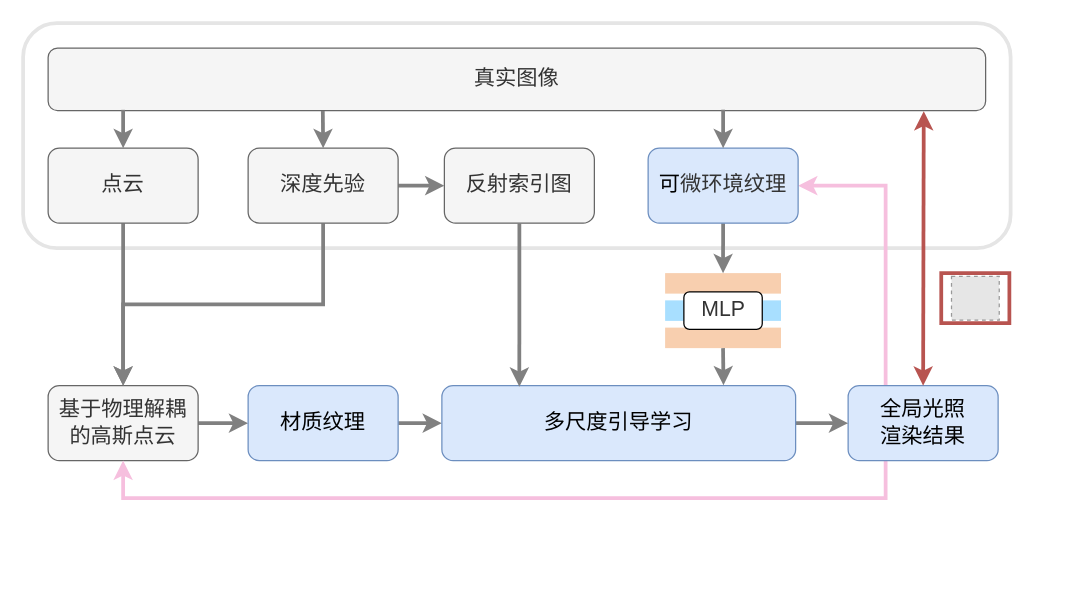
thEu-suisei/draw_io keeps this draw.io diagram as mid-term/总体框架（新）.drawio. Above is the earlier version. Source tidied: cells renumbered, new cells numbered last; positions are measured from the earlier drawing's top-left corner, leaving out a move shared by most shapes. Both pictures are drawn from the tidied source at 125%, with x=0, y=0 at pixel (22, 22). Pictures stored in the file or linked from it are replaced by grey dashed boxes.
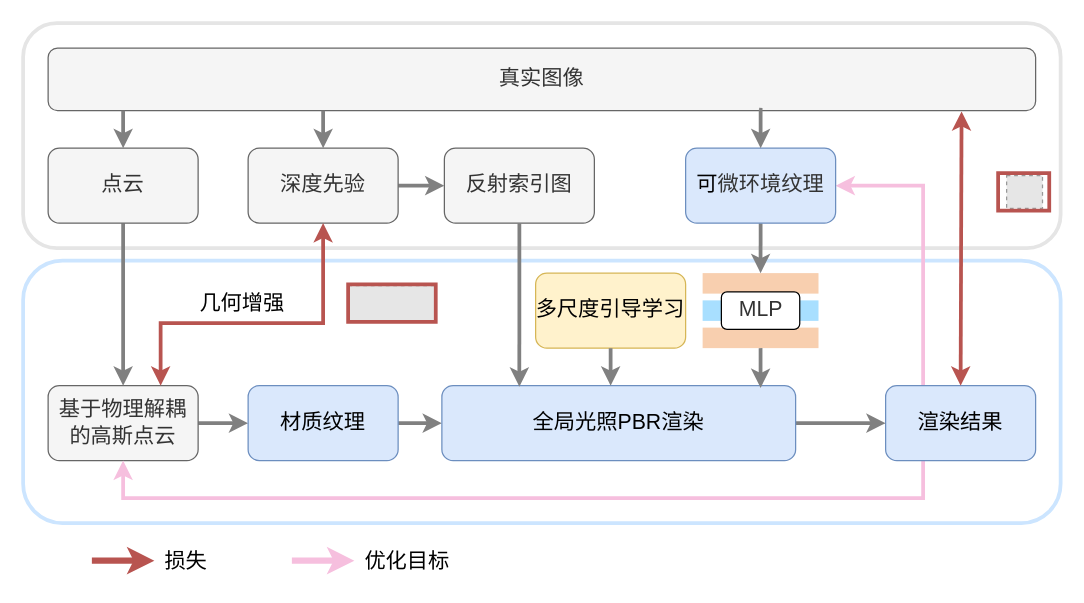
The same diagram, later.

Commit message:
更新总体框架（新）.drawio

The change refers to these unchanged cells:
```xml
<mxCell id="5" value="&lt;span style=&quot;font-size: 17px; font-weight: 400;&quot;&gt;基于物理解耦的高斯点云&lt;/span&gt;" style="rounded=1;whiteSpace=wrap;html=1;fillColor=#f5f5f5;fontColor=#333333;strokeColor=#666666;fontStyle=1;" parent="1" vertex="1">
  <mxGeometry x="20" y="290" width="120" height="60" as="geometry" />
</mxCell>
<mxCell id="15" style="rounded=0;whiteSpace=wrap;html=1;fillColor=light-dark(#f8cfaf, #ededed);strokeColor=none;gradientColor=none;" parent="13" vertex="1">
  <mxGeometry y="43.6" width="92.7" height="16.4" as="geometry" />
</mxCell>
<mxCell id="23" value="&lt;span style=&quot;color: rgb(51, 51, 51); font-size: 17px; font-weight: 400;&quot;&gt;深度先验&lt;/span&gt;" style="rounded=1;whiteSpace=wrap;html=1;fillColor=#f5f5f5;fontColor=#333333;strokeColor=#666666;fontStyle=1;align=center;verticalAlign=middle;fontFamily=Helvetica;fontSize=12;" parent="1" vertex="1">
  <mxGeometry x="180" y="100" width="120" height="60" as="geometry" />
</mxCell>
<mxCell id="25" value="&lt;span style=&quot;color: rgb(51, 51, 51); font-size: 17px; font-weight: 400;&quot;&gt;点云&lt;/span&gt;" style="rounded=1;whiteSpace=wrap;html=1;fillColor=#f5f5f5;fontColor=#333333;strokeColor=#666666;fontStyle=1;align=center;verticalAlign=middle;fontFamily=Helvetica;fontSize=12;" parent="1" vertex="1">
  <mxGeometry x="20" y="100" width="120" height="60" as="geometry" />
</mxCell>
```

The edit, as a diff of the source:
```diff
@@
+    <mxCell id="35" style="rounded=1;whiteSpace=wrap;html=1;fillColor=none;fontColor=#333333;strokeColor=#CCE5FF;strokeWidth=3;" parent="1" vertex="1">
+      <mxGeometry y="190" width="830" height="210" as="geometry" />
+    </mxCell>
     <mxCell id="2" style="rounded=1;whiteSpace=wrap;html=1;fillColor=none;fontColor=#333333;strokeColor=#E5E5E5;strokeWidth=3;" parent="1" vertex="1">
-      <mxGeometry width="790" height="180" as="geometry" />
+      <mxGeometry width="830" height="180" as="geometry" />
     </mxCell>
     <mxCell id="3" value="&lt;span style=&quot;font-size: 17px; font-weight: 400;&quot;&gt;真实图像&lt;/span&gt;" style="rounded=1;whiteSpace=wrap;html=1;fillColor=#f5f5f5;fontColor=#333333;strokeColor=#666666;fontStyle=1;" parent="1" vertex="1">
-      <mxGeometry x="20" y="20" width="750" height="50" as="geometry" />
+      <mxGeometry x="20" y="20" width="790" height="50" as="geometry" />
     </mxCell>
@@
     <mxCell id="9" style="edgeStyle=orthogonalEdgeStyle;rounded=0;jettySize=auto;html=1;exitX=0.25;exitY=1;exitDx=0;exitDy=0;entryX=0.5;entryY=1;entryDx=0;entryDy=0;strokeColor=light-dark(#f6bfde, #7f7f7f);strokeWidth=3;align=center;verticalAlign=middle;fontFamily=Helvetica;fontSize=11;fontColor=default;labelBackgroundColor=default;endArrow=classic;" parent="1" edge="1" source="10" target="5">
       <mxGeometry relative="1" as="geometry">
         <Array as="points">
-          <mxPoint x="690" y="380" />
+          <mxPoint x="720" y="380" />
           <mxPoint x="80" y="380" />
         </Array>
       </mxGeometry>
     </mxCell>
-    <mxCell id="10" value="&lt;span style=&quot;font-size: 17px; font-weight: 400;&quot;&gt;全局光照&lt;br&gt;渲染结果&lt;/span&gt;" style="rounded=1;whiteSpace=wrap;html=1;fillColor=#dae8fc;fontColor=default;strokeColor=#6c8ebf;fontStyle=1;align=center;verticalAlign=middle;fontFamily=Helvetica;fontSize=12;" parent="1" vertex="1">
-      <mxGeometry x="660" y="290" width="120" height="60" as="geometry" />
+    <mxCell id="10" value="&lt;span style=&quot;font-size: 17px; font-weight: 400;&quot;&gt;渲染结果&lt;/span&gt;" style="rounded=1;whiteSpace=wrap;html=1;fillColor=#dae8fc;fontColor=default;strokeColor=#6c8ebf;fontStyle=1;align=center;verticalAlign=middle;fontFamily=Helvetica;fontSize=12;" parent="1" vertex="1">
+      <mxGeometry x="690" y="290" width="120" height="60" as="geometry" />
     </mxCell>
@@
-    <mxCell id="12" value="&lt;font style=&quot;font-size: 17px;&quot;&gt;多尺度引导学习&lt;/font&gt;" style="rounded=1;whiteSpace=wrap;html=1;fillColor=#dae8fc;strokeColor=#6c8ebf;" parent="1" vertex="1">
+    <mxCell id="12" value="&lt;font style=&quot;font-size: 17px;&quot;&gt;全局光照PBR渲染&lt;/font&gt;" style="rounded=1;whiteSpace=wrap;html=1;fillColor=#dae8fc;strokeColor=#6c8ebf;" parent="1" vertex="1">
       <mxGeometry x="335" y="290" width="283" height="60" as="geometry" />
     </mxCell>
     <mxCell id="13" style="group;" parent="1" vertex="1">
-      <mxGeometry x="513.6" y="200" width="92.7" height="60" as="geometry" />
+      <mxGeometry x="543.6" y="200" width="92.7" height="60" as="geometry" />
     </mxCell>
@@
     <mxCell id="19" value="&lt;span style=&quot;color: rgb(0, 0, 0); font-size: 17px; font-weight: 400;&quot;&gt;可&lt;/span&gt;&lt;span style=&quot;background-color: transparent; font-size: 17px; font-weight: 400; color: light-dark(rgb(51, 51, 51), rgb(193, 193, 193));&quot;&gt;微&lt;/span&gt;&lt;span style=&quot;background-color: transparent; font-size: 17px; font-weight: 400; color: light-dark(rgb(51, 51, 51), rgb(193, 193, 193));&quot;&gt;环&lt;/span&gt;&lt;span style=&quot;background-color: transparent; font-size: 17px; font-weight: 400; color: light-dark(rgb(51, 51, 51), rgb(193, 193, 193));&quot;&gt;境&lt;/span&gt;&lt;span style=&quot;background-color: transparent; font-size: 17px; font-weight: 400; color: light-dark(rgb(51, 51, 51), rgb(193, 193, 193));&quot;&gt;纹&lt;/span&gt;&lt;span style=&quot;background-color: transparent; font-size: 17px; font-weight: 400; color: light-dark(rgb(51, 51, 51), rgb(193, 193, 193));&quot;&gt;理&lt;/span&gt;" style="rounded=1;whiteSpace=wrap;html=1;fillColor=#dae8fc;fontColor=default;strokeColor=#6c8ebf;fontStyle=1;align=center;verticalAlign=middle;fontFamily=Helvetica;fontSize=12;" parent="1" vertex="1">
-      <mxGeometry x="500" y="100" width="120" height="60" as="geometry" />
+      <mxGeometry x="530" y="100" width="120" height="60" as="geometry" />
     </mxCell>
@@
-    <mxCell id="22" style="edgeStyle=orthogonalEdgeStyle;rounded=0;jettySize=auto;html=1;exitX=0.5;exitY=1;exitDx=0;exitDy=0;entryX=0.5;entryY=0;entryDx=0;entryDy=0;strokeColor=#808080;strokeWidth=3;align=center;verticalAlign=middle;fontFamily=Helvetica;fontSize=11;fontColor=default;labelBackgroundColor=default;endArrow=classic;" parent="1" edge="1" source="23" target="5">
-      <mxGeometry relative="1" as="geometry" />
-    </mxCell>
@@
-    <mxCell id="26" style="edgeStyle=orthogonalEdgeStyle;rounded=0;jettySize=auto;html=1;exitX=0.08;exitY=0.987;exitDx=0;exitDy=0;entryX=0.5;entryY=0;entryDx=0;entryDy=0;exitPerimeter=0;strokeColor=#808080;strokeWidth=3;align=center;verticalAlign=middle;fontFamily=Helvetica;fontSize=11;fontColor=default;labelBackgroundColor=default;endArrow=classic;" parent="1" edge="1" source="3" target="25">
-      <mxGeometry relative="1" as="geometry" />
+    <mxCell id="26" style="edgeStyle=orthogonalEdgeStyle;rounded=0;jettySize=auto;html=1;entryX=0.5;entryY=0;entryDx=0;entryDy=0;strokeColor=#808080;strokeWidth=3;align=center;verticalAlign=middle;fontFamily=Helvetica;fontSize=11;fontColor=default;labelBackgroundColor=default;endArrow=classic;" parent="1" edge="1" target="25">
+      <mxGeometry relative="1" as="geometry">
+        <mxPoint x="80" y="70" as="sourcePoint" />
+      </mxGeometry>
     </mxCell>
-    <mxCell id="27" style="edgeStyle=orthogonalEdgeStyle;rounded=0;jettySize=auto;html=1;exitX=0.293;exitY=1.005;exitDx=0;exitDy=0;entryX=0.5;entryY=0;entryDx=0;entryDy=0;exitPerimeter=0;strokeColor=#808080;strokeWidth=3;align=center;verticalAlign=middle;fontFamily=Helvetica;fontSize=11;fontColor=default;labelBackgroundColor=default;endArrow=classic;" parent="1" edge="1" source="3" target="23">
-      <mxGeometry relative="1" as="geometry" />
+    <mxCell id="27" style="edgeStyle=orthogonalEdgeStyle;rounded=0;jettySize=auto;html=1;entryX=0.5;entryY=0;entryDx=0;entryDy=0;strokeColor=#808080;strokeWidth=3;align=center;verticalAlign=middle;fontFamily=Helvetica;fontSize=11;fontColor=default;labelBackgroundColor=default;endArrow=classic;" parent="1" edge="1" target="23">
+      <mxGeometry relative="1" as="geometry">
+        <mxPoint x="240" y="70" as="sourcePoint" />
+      </mxGeometry>
     </mxCell>
@@
-    <mxCell id="29" style="edgeStyle=orthogonalEdgeStyle;rounded=0;jettySize=auto;html=1;exitX=0.5;exitY=1;exitDx=0;exitDy=0;entryX=0.796;entryY=-0.006;entryDx=0;entryDy=0;entryPerimeter=0;strokeColor=#808080;strokeWidth=3;align=center;verticalAlign=middle;fontFamily=Helvetica;fontSize=11;fontColor=default;labelBackgroundColor=default;endArrow=classic;" parent="1" edge="1" source="15" target="12">
+    <mxCell id="29" style="edgeStyle=orthogonalEdgeStyle;rounded=0;jettySize=auto;html=1;exitX=0.5;exitY=1;exitDx=0;exitDy=0;entryX=0.901;entryY=0.03;entryDx=0;entryDy=0;entryPerimeter=0;strokeColor=#808080;strokeWidth=3;align=center;verticalAlign=middle;fontFamily=Helvetica;fontSize=11;fontColor=default;labelBackgroundColor=default;endArrow=classic;" parent="1" edge="1" source="15" target="12">
       <mxGeometry relative="1" as="geometry" />
     </mxCell>
-    <mxCell id="30" style="endArrow=classic;startArrow=classic;html=1;rounded=0;entryX=0.934;entryY=1.009;entryDx=0;entryDy=0;entryPerimeter=0;exitX=0.5;exitY=0;exitDx=0;exitDy=0;strokeColor=light-dark(#B85450,#7F7F7F);strokeWidth=3;align=center;verticalAlign=middle;fontFamily=Helvetica;fontSize=11;fontColor=default;labelBackgroundColor=default;" parent="1" edge="1" source="10" target="3">
+    <mxCell id="30" style="endArrow=classic;startArrow=classic;html=1;rounded=0;entryX=0.925;entryY=1.013;entryDx=0;entryDy=0;entryPerimeter=0;exitX=0.5;exitY=0;exitDx=0;exitDy=0;strokeColor=light-dark(#B85450,#7F7F7F);strokeWidth=3;align=center;verticalAlign=middle;fontFamily=Helvetica;fontSize=11;fontColor=default;labelBackgroundColor=default;" parent="1" edge="1" source="10" target="3">
       <mxGeometry relative="1" as="geometry" />
     </mxCell>
@@
     <mxCell id="32" style="group;" parent="1" vertex="1">
-      <mxGeometry x="734.5" y="200" width="54.5" height="40" as="geometry" />
+      <mxGeometry x="780" y="120" width="45.5" height="30" as="geometry" />
     </mxCell>
     <mxCell id="33" style="fillColor=#E6E6E6;strokeColor=#999999;dashed=1;verticalLabelPosition=bottom;labelBackgroundColor=default;verticalAlign=top;" parent="32" vertex="1">
-      <mxGeometry x="8.2" y="2.5" width="38.2" height="35" as="geometry" />
+      <mxGeometry x="6.8" y="1.9" width="28.7" height="26.2" as="geometry" />
     </mxCell>
     <mxCell id="34" style="rounded=0;whiteSpace=wrap;html=1;fillColor=none;strokeColor=#B85450;strokeWidth=3;" parent="32" vertex="1">
-      <mxGeometry width="54.5" height="40" as="geometry" />
+      <mxGeometry width="40.9" height="30" as="geometry" />
     </mxCell>
+    <mxCell id="36" value="&lt;font style=&quot;font-size: 17px;&quot;&gt;几何增强&lt;/font&gt;" style="text;html=1;align=center;verticalAlign=middle;strokeColor=none;fillColor=none;" parent="1" vertex="1">
+      <mxGeometry x="130" y="210" width="90" height="30" as="geometry" />
+    </mxCell>
+    <mxCell id="37" style="endArrow=classic;startArrow=classic;html=1;rounded=0;entryX=0.5;entryY=1;entryDx=0;entryDy=0;exitX=0.75;exitY=0;exitDx=0;exitDy=0;strokeColor=light-dark(#B85450,#7F7F7F);strokeWidth=3;align=center;verticalAlign=middle;fontFamily=Helvetica;fontSize=11;fontColor=default;labelBackgroundColor=default;edgeStyle=orthogonalEdgeStyle;" parent="1" edge="1" source="5" target="23">
+      <mxGeometry relative="1" as="geometry">
+        <Array as="points">
+          <mxPoint x="110" y="240" />
+          <mxPoint x="240" y="240" />
+        </Array>
+      </mxGeometry>
+    </mxCell>
+    <mxCell id="38" value="&lt;span style=&quot;font-weight: 400; text-wrap-mode: nowrap;&quot;&gt;多尺度引导学习&lt;/span&gt;" style="rounded=1;whiteSpace=wrap;html=1;fillColor=#fff2cc;strokeColor=#d6b656;fontStyle=1;align=center;verticalAlign=middle;fontFamily=Helvetica;fontSize=17;" parent="1" vertex="1">
+      <mxGeometry x="410" y="200" width="120" height="60" as="geometry" />
+    </mxCell>
+    <mxCell id="39" style="edgeStyle=orthogonalEdgeStyle;rounded=0;jettySize=auto;html=1;strokeColor=#808080;strokeWidth=3;" parent="1" edge="1" source="38">
+      <mxGeometry relative="1" as="geometry">
+        <mxPoint x="470" y="290" as="targetPoint" />
+      </mxGeometry>
+    </mxCell>
+    <mxCell id="40" style="endArrow=classic;html=1;rounded=0;strokeColor=light-dark(#B85450,#FF7777);strokeWidth=5;" parent="1" edge="1">
+      <mxGeometry relative="1" as="geometry">
+        <mxPoint x="55" y="430" as="sourcePoint" />
+        <mxPoint x="105" y="430" as="targetPoint" />
+      </mxGeometry>
+    </mxCell>
+    <mxCell id="41" style="endArrow=classic;html=1;rounded=0;strokeColor=light-dark(#F6BFDE,#FF7777);strokeWidth=5;" parent="1" edge="1">
+      <mxGeometry relative="1" as="geometry">
+        <mxPoint x="215" y="430" as="sourcePoint" />
+        <mxPoint x="265" y="430" as="targetPoint" />
+      </mxGeometry>
+    </mxCell>
+    <mxCell id="42" value="&lt;span style=&quot;font-size: 17px;&quot;&gt;损失&lt;/span&gt;" style="text;html=1;align=center;verticalAlign=middle;strokeColor=none;fillColor=none;" parent="1" vertex="1">
+      <mxGeometry x="100" y="416" width="60" height="30" as="geometry" />
+    </mxCell>
+    <mxCell id="43" value="&lt;span style=&quot;font-size: 17px;&quot;&gt;优化目标&lt;/span&gt;" style="text;html=1;align=center;verticalAlign=middle;strokeColor=none;fillColor=none;" parent="1" vertex="1">
+      <mxGeometry x="262" y="416" width="90" height="30" as="geometry" />
+    </mxCell>
+    <mxCell id="44" style="group;" parent="1" vertex="1">
+      <mxGeometry x="260" y="210" width="70.3" height="30" as="geometry" />
+    </mxCell>
+    <mxCell id="45" style="fillColor=#E6E6E6;strokeColor=#999999;dashed=1;verticalLabelPosition=bottom;labelBackgroundColor=default;verticalAlign=top;" parent="44" vertex="1">
+      <mxGeometry x="0.1" width="70.2" height="29.2" as="geometry" />
+    </mxCell>
+    <mxCell id="46" style="rounded=0;whiteSpace=wrap;html=1;fillColor=none;strokeColor=#B85450;strokeWidth=3;" parent="44" vertex="1">
+      <mxGeometry y="-1" width="70.1" height="30" as="geometry" />
+    </mxCell>
```
